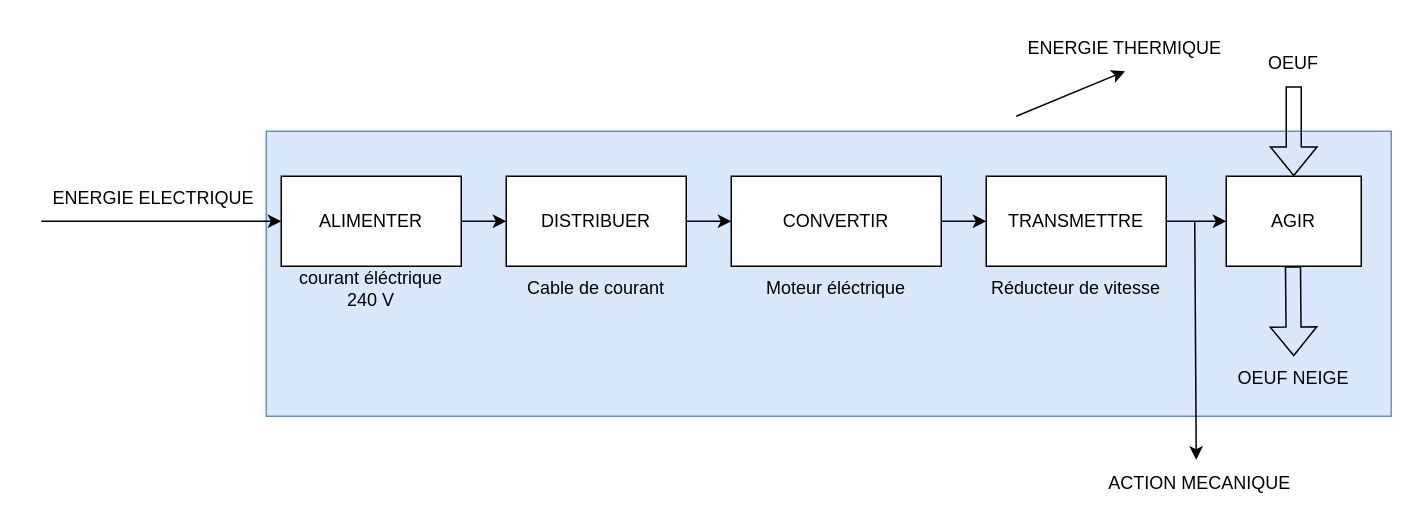
The draw.io diagram Diagramme sans nom.drawio in admsnd/Classeur_SI-, before the edit. Source tidied: cells renumbered, new cells numbered last; positions are measured from the earlier drawing's top-left corner, leaving out a move shared by most shapes. Both pictures are drawn from the tidied source at 150%, with x=0, y=0 at pixel (26, 26).
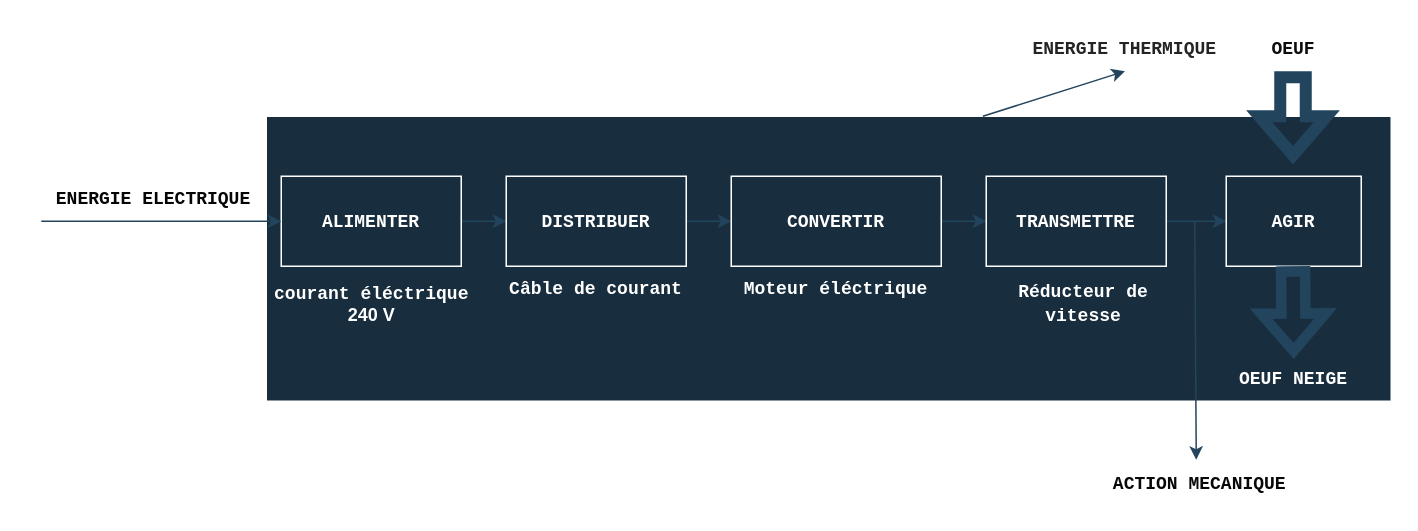
Above is the later version.

Commit message:
Mettre à jour Diagramme sans nom.drawio

The edit, as a diff of the source:
```diff
@@
-    <mxCell id="2" style="rounded=0;whiteSpace=wrap;html=1;fillColor=#dae8fc;strokeColor=#6c8ebf;" parent="1" vertex="1">
-      <mxGeometry x="160" y="70" width="750" height="190" as="geometry" />
+    <mxCell id="2" style="rounded=0;whiteSpace=wrap;html=1;fillColor=#182E3E;strokeColor=#FFFFFF;labelBackgroundColor=none;fontColor=#FFFFFF;" parent="1" vertex="1">
+      <mxGeometry x="160" y="60" width="750" height="190" as="geometry" />
     </mxCell>
-    <mxCell id="3" style="edgeStyle=orthogonalEdgeStyle;rounded=0;jettySize=auto;html=1;exitX=1;exitY=0.5;exitDx=0;exitDy=0;entryX=0;entryY=0.5;entryDx=0;entryDy=0;" parent="1" edge="1" source="4" target="6">
+    <mxCell id="3" style="edgeStyle=orthogonalEdgeStyle;rounded=0;jettySize=auto;html=1;exitX=1;exitY=0.5;exitDx=0;exitDy=0;entryX=0;entryY=0.5;entryDx=0;entryDy=0;labelBackgroundColor=none;strokeColor=#23445D;fontColor=default;" parent="1" edge="1" source="4" target="6">
       <mxGeometry relative="1" as="geometry" />
     </mxCell>
-    <mxCell id="4" value="ALIMENTER" style="rounded=0;whiteSpace=wrap;html=1;" parent="1" vertex="1">
+    <mxCell id="4" value="&lt;b&gt;&lt;font face=&quot;Courier New&quot;&gt;ALIMENTER&lt;/font&gt;&lt;/b&gt;" style="rounded=0;whiteSpace=wrap;html=1;labelBackgroundColor=none;fillColor=#182E3E;strokeColor=#FFFFFF;fontColor=#FFFFFF;" parent="1" vertex="1">
       <mxGeometry x="170" y="100" width="120" height="60" as="geometry" />
     </mxCell>
-    <mxCell id="5" style="edgeStyle=orthogonalEdgeStyle;rounded=0;jettySize=auto;html=1;exitX=1;exitY=0.5;exitDx=0;exitDy=0;entryX=0;entryY=0.5;entryDx=0;entryDy=0;" parent="1" edge="1" source="6" target="8">
+    <mxCell id="5" style="edgeStyle=orthogonalEdgeStyle;rounded=0;jettySize=auto;html=1;exitX=1;exitY=0.5;exitDx=0;exitDy=0;entryX=0;entryY=0.5;entryDx=0;entryDy=0;labelBackgroundColor=none;strokeColor=#23445D;fontColor=default;" parent="1" edge="1" source="6" target="8">
       <mxGeometry relative="1" as="geometry" />
     </mxCell>
-    <mxCell id="6" value="DISTRIBUER" style="rounded=0;whiteSpace=wrap;html=1;" parent="1" vertex="1">
+    <mxCell id="6" value="&lt;b&gt;&lt;font face=&quot;Courier New&quot;&gt;DISTRIBUER&lt;/font&gt;&lt;/b&gt;" style="rounded=0;whiteSpace=wrap;html=1;labelBackgroundColor=none;fillColor=#182E3E;strokeColor=#FFFFFF;fontColor=#FFFFFF;" parent="1" vertex="1">
       <mxGeometry x="320" y="100" width="120" height="60" as="geometry" />
     </mxCell>
-    <mxCell id="7" style="edgeStyle=orthogonalEdgeStyle;rounded=0;jettySize=auto;html=1;exitX=1;exitY=0.5;exitDx=0;exitDy=0;entryX=0;entryY=0.5;entryDx=0;entryDy=0;" parent="1" edge="1" source="8" target="10">
+    <mxCell id="7" style="edgeStyle=orthogonalEdgeStyle;rounded=0;jettySize=auto;html=1;exitX=1;exitY=0.5;exitDx=0;exitDy=0;entryX=0;entryY=0.5;entryDx=0;entryDy=0;labelBackgroundColor=none;strokeColor=#23445D;fontColor=default;" parent="1" edge="1" source="8" target="10">
       <mxGeometry relative="1" as="geometry" />
     </mxCell>
-    <mxCell id="8" value="&lt;div&gt;CONVERTIR&lt;/div&gt;" style="rounded=0;whiteSpace=wrap;html=1;" parent="1" vertex="1">
+    <mxCell id="8" value="&lt;div&gt;&lt;b&gt;&lt;font face=&quot;Courier New&quot;&gt;CONVERTIR&lt;/font&gt;&lt;/b&gt;&lt;/div&gt;" style="rounded=0;whiteSpace=wrap;html=1;labelBackgroundColor=none;fillColor=#182E3E;strokeColor=#FFFFFF;fontColor=#FFFFFF;" parent="1" vertex="1">
       <mxGeometry x="470" y="100" width="140" height="60" as="geometry" />
     </mxCell>
-    <mxCell id="9" style="edgeStyle=orthogonalEdgeStyle;rounded=0;jettySize=auto;html=1;exitX=1;exitY=0.5;exitDx=0;exitDy=0;entryX=0;entryY=0.5;entryDx=0;entryDy=0;" parent="1" edge="1" source="10" target="11">
+    <mxCell id="9" style="edgeStyle=orthogonalEdgeStyle;rounded=0;jettySize=auto;html=1;exitX=1;exitY=0.5;exitDx=0;exitDy=0;entryX=0;entryY=0.5;entryDx=0;entryDy=0;labelBackgroundColor=none;strokeColor=#23445D;fontColor=default;" parent="1" edge="1" source="10" target="11">
       <mxGeometry relative="1" as="geometry" />
     </mxCell>
-    <mxCell id="10" value="TRANSMETTRE" style="rounded=0;whiteSpace=wrap;html=1;" parent="1" vertex="1">
+    <mxCell id="10" value="&lt;b&gt;&lt;font face=&quot;Courier New&quot;&gt;TRANSMETTRE&lt;/font&gt;&lt;/b&gt;" style="rounded=0;whiteSpace=wrap;html=1;labelBackgroundColor=none;fillColor=#182E3E;strokeColor=#FFFFFF;fontColor=#FFFFFF;" parent="1" vertex="1">
       <mxGeometry x="640" y="100" width="120" height="60" as="geometry" />
     </mxCell>
-    <mxCell id="11" value="AGIR" style="rounded=0;whiteSpace=wrap;html=1;" parent="1" vertex="1">
+    <mxCell id="11" value="&lt;b&gt;&lt;font face=&quot;Courier New&quot;&gt;AGIR&lt;/font&gt;&lt;/b&gt;" style="rounded=0;whiteSpace=wrap;html=1;labelBackgroundColor=none;fillColor=#182E3E;strokeColor=#FFFFFF;fontColor=#FFFFFF;" parent="1" vertex="1">
       <mxGeometry x="800" y="100" width="90" height="60" as="geometry" />
     </mxCell>
-    <mxCell id="12" value="courant éléctrique&lt;div&gt;240 V&lt;/div&gt;" style="text;html=1;align=center;verticalAlign=middle;whiteSpace=wrap;rounded=0;" parent="1" vertex="1">
-      <mxGeometry x="165" y="160" width="130" height="30" as="geometry" />
+    <mxCell id="12" value="&lt;b&gt;&lt;font face=&quot;Courier New&quot;&gt;courant éléctrique&lt;/font&gt;&lt;/b&gt;&lt;div&gt;&lt;b&gt;&lt;font face=&quot;cLweJj2UVZQgvtIWHiEM&quot;&gt;240 V&lt;/font&gt;&lt;/b&gt;&lt;/div&gt;" style="text;html=1;align=center;verticalAlign=middle;whiteSpace=wrap;rounded=0;labelBackgroundColor=none;fontColor=#FFFFFF;" parent="1" vertex="1">
+      <mxGeometry x="157.5" y="170" width="145" height="30" as="geometry" />
     </mxCell>
-    <mxCell id="13" value="Moteur éléctrique" style="text;html=1;align=center;verticalAlign=middle;whiteSpace=wrap;rounded=0;" parent="1" vertex="1">
+    <mxCell id="13" value="&lt;b&gt;&lt;font face=&quot;Courier New&quot;&gt;Moteur éléctrique&lt;/font&gt;&lt;/b&gt;" style="text;html=1;align=center;verticalAlign=middle;whiteSpace=wrap;rounded=0;labelBackgroundColor=none;fontColor=#FFFFFF;" parent="1" vertex="1">
       <mxGeometry x="475" y="160" width="130" height="30" as="geometry" />
     </mxCell>
-    <mxCell id="14" value="Réducteur de vitesse" style="text;html=1;align=center;verticalAlign=middle;whiteSpace=wrap;rounded=0;" parent="1" vertex="1">
-      <mxGeometry x="635" y="160" width="130" height="30" as="geometry" />
+    <mxCell id="14" value="&lt;b&gt;&lt;font face=&quot;Courier New&quot;&gt;Réducteur de vitesse&lt;/font&gt;&lt;/b&gt;" style="text;html=1;align=center;verticalAlign=middle;whiteSpace=wrap;rounded=0;labelBackgroundColor=none;fontColor=#FFFFFF;" parent="1" vertex="1">
+      <mxGeometry x="640" y="170" width="130" height="30" as="geometry" />
     </mxCell>
-    <mxCell id="15" style="shape=flexArrow;endArrow=classic;html=1;rounded=0;entryX=0.5;entryY=0;entryDx=0;entryDy=0;" parent="1" edge="1" target="11">
+    <mxCell id="15" style="shape=flexArrow;endArrow=classic;html=1;rounded=0;entryX=0.5;entryY=0;entryDx=0;entryDy=0;labelBackgroundColor=none;strokeColor=#23445D;fontColor=default;strokeWidth=8;" parent="1" edge="1">
       <mxGeometry relative="1" as="geometry">
-        <mxPoint x="845" y="40" as="sourcePoint" />
+        <mxPoint x="844.5" y="30" as="sourcePoint" />
+        <mxPoint x="844.5" y="90" as="targetPoint" />
       </mxGeometry>
     </mxCell>
-    <mxCell id="16" value="OEUF" style="text;html=1;align=center;verticalAlign=middle;whiteSpace=wrap;rounded=0;" parent="1" vertex="1">
-      <mxGeometry x="815" y="10" width="60" height="30" as="geometry" />
+    <mxCell id="16" value="&lt;b&gt;&lt;font color=&quot;#0d0d0d&quot; face=&quot;Courier New&quot;&gt;OEUF&lt;/font&gt;&lt;/b&gt;" style="text;html=1;align=center;verticalAlign=middle;whiteSpace=wrap;rounded=0;labelBackgroundColor=none;fontColor=#FFFFFF;" parent="1" vertex="1">
+      <mxGeometry x="815" width="60" height="30" as="geometry" />
     </mxCell>
-    <mxCell id="17" value="OEUF NEIGE" style="text;html=1;align=center;verticalAlign=middle;whiteSpace=wrap;rounded=0;" parent="1" vertex="1">
+    <mxCell id="17" value="&lt;b&gt;&lt;font face=&quot;Courier New&quot;&gt;OEUF NEIGE&lt;/font&gt;&lt;/b&gt;" style="text;html=1;align=center;verticalAlign=middle;whiteSpace=wrap;rounded=0;labelBackgroundColor=none;fontColor=#FFFFFF;" parent="1" vertex="1">
       <mxGeometry x="780" y="220" width="130" height="30" as="geometry" />
     </mxCell>
-    <mxCell id="18" style="shape=flexArrow;endArrow=classic;html=1;rounded=0;" parent="1" edge="1">
+    <mxCell id="18" style="shape=flexArrow;endArrow=classic;html=1;rounded=0;labelBackgroundColor=none;strokeColor=#23445D;fontColor=default;strokeWidth=7;" parent="1" edge="1">
       <mxGeometry relative="1" as="geometry">
         <mxPoint x="844.5" y="160" as="sourcePoint" />
         <mxPoint x="845" y="220" as="targetPoint" />
       </mxGeometry>
     </mxCell>
-    <mxCell id="19" style="endArrow=classic;html=1;rounded=0;" parent="1" edge="1">
+    <mxCell id="19" style="endArrow=classic;html=1;rounded=0;labelBackgroundColor=none;strokeColor=#23445D;fontColor=default;" parent="1" edge="1">
       <mxGeometry relative="1" as="geometry">
         <mxPoint x="10" y="130" as="sourcePoint" />
         <mxPoint x="170" y="130" as="targetPoint" />
       </mxGeometry>
     </mxCell>
-    <mxCell id="20" value="ENERGIE ELECTRIQUE" style="text;html=1;align=center;verticalAlign=middle;whiteSpace=wrap;rounded=0;" parent="1" vertex="1">
+    <mxCell id="20" value="&lt;b&gt;&lt;font face=&quot;Courier New&quot;&gt;ENERGIE ELECTRIQUE&lt;/font&gt;&lt;/b&gt;" style="text;html=1;align=center;verticalAlign=middle;whiteSpace=wrap;rounded=0;labelBackgroundColor=none;fontColor=#050505;" parent="1" vertex="1">
       <mxGeometry y="100" width="170" height="30" as="geometry" />
     </mxCell>
-    <mxCell id="21" style="endArrow=classic;html=1;rounded=0;entryX=0.5;entryY=1;entryDx=0;entryDy=0;" parent="1" edge="1" target="22">
-      <mxGeometry relative="1" as="geometry">
-        <mxPoint x="660" y="60" as="sourcePoint" />
-      </mxGeometry>
+    <mxCell id="21" style="endArrow=classic;html=1;rounded=0;entryX=0.5;entryY=1;entryDx=0;entryDy=0;exitX=0.637;exitY=0;exitDx=0;exitDy=0;exitPerimeter=0;labelBackgroundColor=none;strokeColor=#23445D;fontColor=default;" parent="1" edge="1" source="2" target="22">
+      <mxGeometry relative="1" as="geometry" />
     </mxCell>
-    <mxCell id="22" value="ENERGIE THERMIQUE" style="text;html=1;align=center;verticalAlign=middle;whiteSpace=wrap;rounded=0;" parent="1" vertex="1">
+    <mxCell id="22" value="&lt;b&gt;&lt;font face=&quot;Courier New&quot;&gt;ENERGIE THERMIQUE&lt;/font&gt;&lt;/b&gt;" style="text;html=1;align=center;verticalAlign=middle;whiteSpace=wrap;rounded=0;labelBackgroundColor=none;fontColor=#242424;" parent="1" vertex="1">
       <mxGeometry x="660" width="145" height="30" as="geometry" />
     </mxCell>
-    <mxCell id="23" value="ACTION MECANIQUE" style="text;html=1;align=center;verticalAlign=middle;whiteSpace=wrap;rounded=0;" parent="1" vertex="1">
+    <mxCell id="23" value="&lt;font face=&quot;Courier New&quot; color=&quot;#080808&quot;&gt;&lt;b&gt;ACTION MECANIQUE&lt;/b&gt;&lt;/font&gt;" style="text;html=1;align=center;verticalAlign=middle;whiteSpace=wrap;rounded=0;labelBackgroundColor=none;fontColor=#FFFFFF;" parent="1" vertex="1">
       <mxGeometry x="710" y="290" width="145" height="30" as="geometry" />
     </mxCell>
-    <mxCell id="24" style="endArrow=classic;html=1;rounded=0;entryX=0.559;entryY=-0.033;entryDx=0;entryDy=0;entryPerimeter=0;" parent="1" edge="1">
+    <mxCell id="24" style="endArrow=classic;html=1;rounded=0;entryX=0.559;entryY=-0.033;entryDx=0;entryDy=0;entryPerimeter=0;labelBackgroundColor=none;strokeColor=#23445D;fontColor=default;" parent="1" edge="1">
       <mxGeometry relative="1" as="geometry">
         <mxPoint x="779" y="130" as="sourcePoint" />
         <mxPoint x="780" y="289" as="targetPoint" />
       </mxGeometry>
     </mxCell>
-    <mxCell id="25" value="Cable de courant" style="text;html=1;align=center;verticalAlign=middle;whiteSpace=wrap;rounded=0;" parent="1" vertex="1">
+    <mxCell id="25" value="&lt;b&gt;&lt;font face=&quot;Courier New&quot;&gt;Câble de courant&lt;/font&gt;&lt;/b&gt;" style="text;html=1;align=center;verticalAlign=middle;whiteSpace=wrap;rounded=0;labelBackgroundColor=none;fontColor=#FFFFFF;" parent="1" vertex="1">
       <mxGeometry x="315" y="160" width="130" height="30" as="geometry" />
     </mxCell>
```
